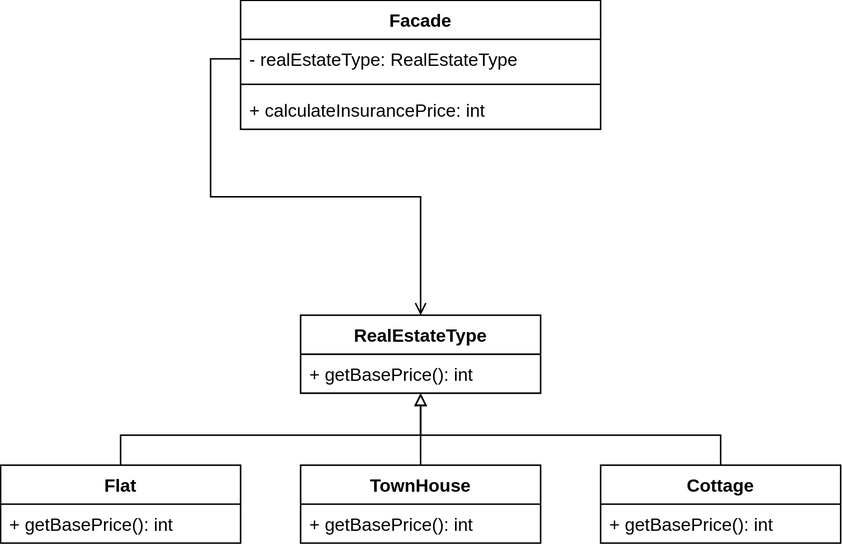
Above: lab4/facade_cd.svg in AlexOS12/tkpo_2024 (draw.io), before the change. Source tidied: cells renumbered, new cells last; positions are measured from the earlier drawing's top-left corner, leaving out a move shared by most shapes. Its diagram source:
```xml
<mxGraphModel>
  <root>
    <mxCell id="0" />
    <mxCell id="1" parent="0" />
    <mxCell id="2" value="Facade" style="swimlane;fontStyle=1;align=center;verticalAlign=top;horizontal=1;startSize=26;whiteSpace=wrap;html=1;" parent="1" vertex="1">
      <mxGeometry x="160" width="240" height="86" as="geometry" />
    </mxCell>
    <mxCell id="3" value="- realEstateType: RealEstateType" style="text;strokeColor=none;fillColor=none;align=left;verticalAlign=top;spacingLeft=4;spacingRight=4;overflow=hidden;points=[[0,0.5],[1,0.5]];portConstraint=eastwest;whiteSpace=wrap;html=1;" parent="2" vertex="1">
      <mxGeometry y="26" width="240" height="26" as="geometry" />
    </mxCell>
    <mxCell id="4" style="line;strokeWidth=1;fillColor=none;align=left;verticalAlign=middle;spacingTop=-1;spacingLeft=3;spacingRight=3;labelPosition=right;strokeColor=inherit;" parent="2" vertex="1">
      <mxGeometry y="52" width="240" height="8" as="geometry" />
    </mxCell>
    <mxCell id="5" value="+ calculateInsurancePrice: int" style="text;strokeColor=none;fillColor=none;align=left;verticalAlign=top;spacingLeft=4;spacingRight=4;overflow=hidden;whiteSpace=wrap;html=1;" parent="2" vertex="1">
      <mxGeometry y="60" width="240" height="26" as="geometry" />
    </mxCell>
    <mxCell id="6" value="RealEstateType" style="swimlane;fontStyle=1;align=center;verticalAlign=top;horizontal=1;startSize=26;whiteSpace=wrap;html=1;" parent="1" vertex="1">
      <mxGeometry x="200" y="210" width="160" height="52" as="geometry" />
    </mxCell>
    <mxCell id="7" value="+ getBasePrice(): int" style="text;strokeColor=none;fillColor=none;align=left;verticalAlign=top;spacingLeft=4;spacingRight=4;overflow=hidden;whiteSpace=wrap;html=1;" parent="6" vertex="1">
      <mxGeometry y="26" width="160" height="26" as="geometry" />
    </mxCell>
    <mxCell id="8" style="edgeStyle=orthogonalEdgeStyle;rounded=0;jettySize=auto;html=1;endArrow=block;endFill=0;" parent="1" edge="1" source="9" target="6">
      <mxGeometry relative="1" as="geometry">
        <Array as="points">
          <mxPoint x="80" y="290" />
          <mxPoint x="280" y="290" />
        </Array>
      </mxGeometry>
    </mxCell>
    <mxCell id="9" value="Flat" style="swimlane;fontStyle=1;align=center;verticalAlign=top;horizontal=1;startSize=26;whiteSpace=wrap;html=1;" parent="1" vertex="1">
      <mxGeometry y="310" width="160" height="52" as="geometry" />
    </mxCell>
    <mxCell id="10" value="+ getBasePrice(): int" style="text;strokeColor=none;fillColor=none;align=left;verticalAlign=top;spacingLeft=4;spacingRight=4;overflow=hidden;whiteSpace=wrap;html=1;" parent="9" vertex="1">
      <mxGeometry y="26" width="160" height="26" as="geometry" />
    </mxCell>
    <mxCell id="11" style="edgeStyle=orthogonalEdgeStyle;rounded=0;jettySize=auto;html=1;endArrow=block;endFill=0;" parent="1" edge="1" source="12" target="6">
      <mxGeometry relative="1" as="geometry" />
    </mxCell>
    <mxCell id="12" value="TownHouse" style="swimlane;fontStyle=1;align=center;verticalAlign=top;horizontal=1;startSize=26;whiteSpace=wrap;html=1;" parent="1" vertex="1">
      <mxGeometry x="200" y="310" width="160" height="52" as="geometry" />
    </mxCell>
    <mxCell id="13" value="+ getBasePrice(): int" style="text;strokeColor=none;fillColor=none;align=left;verticalAlign=top;spacingLeft=4;spacingRight=4;overflow=hidden;whiteSpace=wrap;html=1;" parent="12" vertex="1">
      <mxGeometry y="26" width="160" height="26" as="geometry" />
    </mxCell>
    <mxCell id="14" style="edgeStyle=orthogonalEdgeStyle;rounded=0;jettySize=auto;html=1;endArrow=block;endFill=0;" parent="1" edge="1" source="15" target="6">
      <mxGeometry relative="1" as="geometry">
        <Array as="points">
          <mxPoint x="480" y="290" />
          <mxPoint x="280" y="290" />
        </Array>
      </mxGeometry>
    </mxCell>
    <mxCell id="15" value="Cottage" style="swimlane;fontStyle=1;align=center;verticalAlign=top;horizontal=1;startSize=26;whiteSpace=wrap;html=1;" parent="1" vertex="1">
      <mxGeometry x="400" y="310" width="160" height="52" as="geometry" />
    </mxCell>
    <mxCell id="16" value="+ getBasePrice(): int" style="text;strokeColor=none;fillColor=none;align=left;verticalAlign=top;spacingLeft=4;spacingRight=4;overflow=hidden;whiteSpace=wrap;html=1;" parent="15" vertex="1">
      <mxGeometry y="26" width="160" height="26" as="geometry" />
    </mxCell>
    <mxCell id="17" style="edgeStyle=orthogonalEdgeStyle;rounded=0;jettySize=auto;html=1;endArrow=open;endFill=0;" parent="1" edge="1" source="3" target="6">
      <mxGeometry relative="1" as="geometry" />
    </mxCell>
  </root>
</mxGraphModel>
```
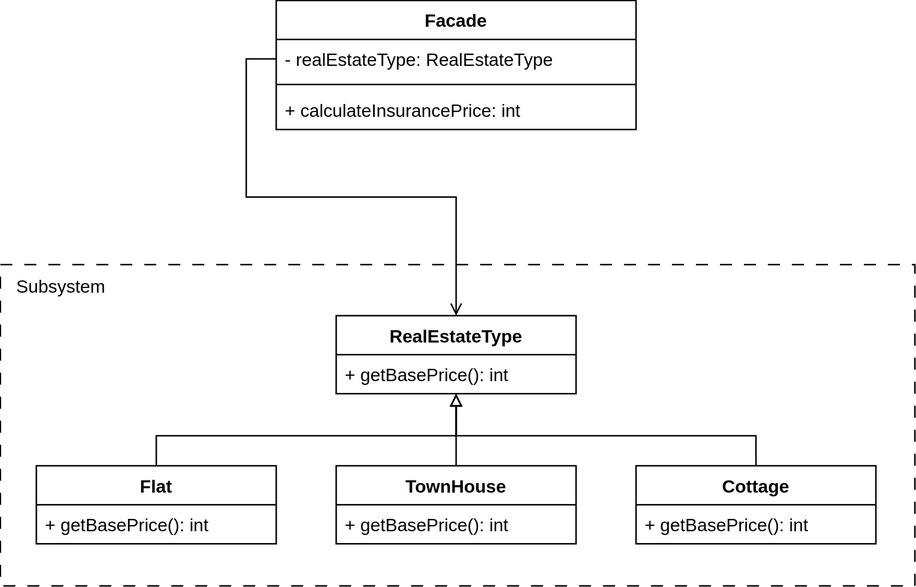
The same file after the commit.

Commit message:
Правки в диаграмму классов ЛР4

Change to the diagram source:
```diff
@@ -60,5 +60,11 @@
     <mxCell id="17" style="edgeStyle=orthogonalEdgeStyle;rounded=0;jettySize=auto;html=1;endArrow=open;endFill=0;" parent="1" edge="1" source="3" target="6">
       <mxGeometry relative="1" as="geometry" />
     </mxCell>
+    <mxCell id="18" style="rounded=0;whiteSpace=wrap;html=1;fillColor=none;dashed=1;dashPattern=8 8;" parent="1" vertex="1">
+      <mxGeometry x="-24" y="176" width="610" height="214" as="geometry" />
+    </mxCell>
+    <mxCell id="19" value="Subsystem" style="text;html=1;align=center;verticalAlign=middle;strokeColor=none;fillColor=none;" parent="1" vertex="1">
+      <mxGeometry x="-24" y="176" width="80" height="30" as="geometry" />
+    </mxCell>
   </root>
 </mxGraphModel>
```
